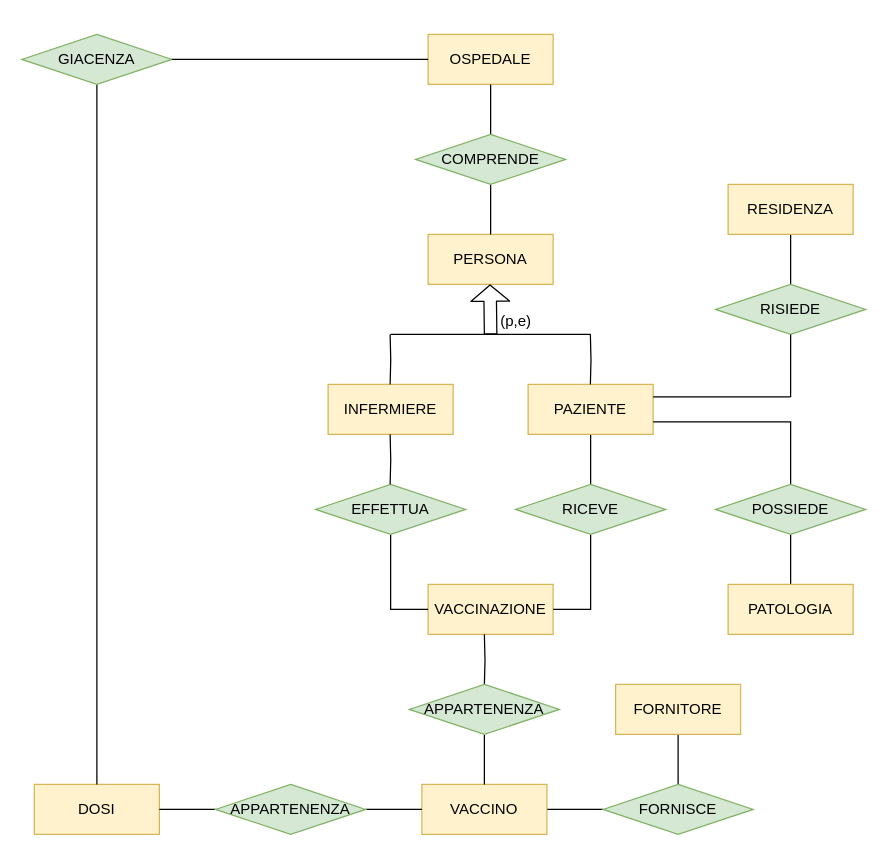
Above: report/Diagrammi E-R/Schema finale.drawio in luigi-borriello00/Vaccinations-Tracker (draw.io), before the change. Source tidied: cells renumbered, new cells numbered last; positions are measured from the earlier drawing's top-left corner, leaving out a move shared by most shapes. Both pictures are drawn from the tidied source at 125%, with x=0, y=0 at pixel (21, 34).
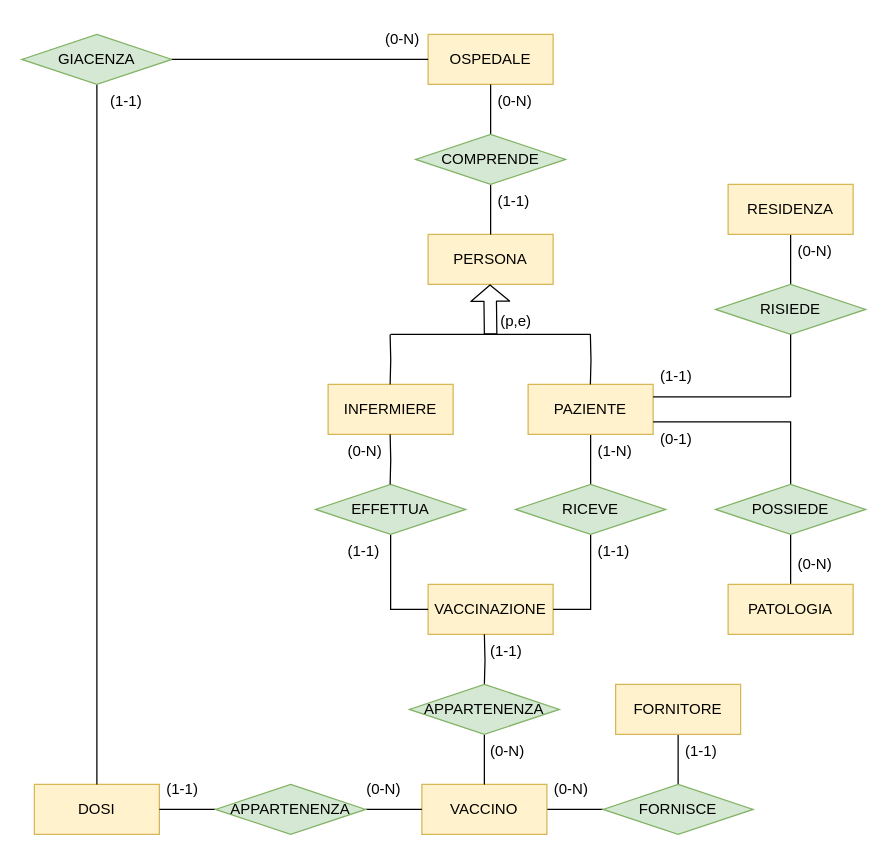
The same diagram, later.

What changed in the source:
```diff
@@
+    <mxCell id="45" value="(0-N)" style="text;strokeColor=none;fillColor=none;spacingLeft=4;spacingRight=4;overflow=hidden;fontSize=12;" parent="1" vertex="1">
+      <mxGeometry x="285" y="-10" width="40" height="30" as="geometry" />
+    </mxCell>
+    <mxCell id="46" value="(1-1)" style="text;strokeColor=none;fillColor=none;spacingLeft=4;spacingRight=4;overflow=hidden;fontSize=12;" parent="1" vertex="1">
+      <mxGeometry x="65" y="40" width="40" height="30" as="geometry" />
+    </mxCell>
+    <mxCell id="47" value="(1-1)" style="text;strokeColor=none;fillColor=none;spacingLeft=4;spacingRight=4;overflow=hidden;fontSize=12;" parent="1" vertex="1">
+      <mxGeometry x="110" y="590" width="40" height="30" as="geometry" />
+    </mxCell>
+    <mxCell id="48" value="(0-N)" style="text;strokeColor=none;fillColor=none;spacingLeft=4;spacingRight=4;overflow=hidden;fontSize=12;" parent="1" vertex="1">
+      <mxGeometry x="270" y="590" width="40" height="30" as="geometry" />
+    </mxCell>
+    <mxCell id="49" value="(0-N)" style="text;strokeColor=none;fillColor=none;spacingLeft=4;spacingRight=4;overflow=hidden;fontSize=12;" parent="1" vertex="1">
+      <mxGeometry x="369" y="560" width="40" height="30" as="geometry" />
+    </mxCell>
+    <mxCell id="50" value="(0-N)" style="text;strokeColor=none;fillColor=none;spacingLeft=4;spacingRight=4;overflow=hidden;fontSize=12;" parent="1" vertex="1">
+      <mxGeometry x="420" y="590" width="40" height="30" as="geometry" />
+    </mxCell>
+    <mxCell id="51" value="(1-1)" style="text;strokeColor=none;fillColor=none;spacingLeft=4;spacingRight=4;overflow=hidden;fontSize=12;" parent="1" vertex="1">
+      <mxGeometry x="369" y="480" width="40" height="30" as="geometry" />
+    </mxCell>
+    <mxCell id="52" value="(1-1)" style="text;strokeColor=none;fillColor=none;spacingLeft=4;spacingRight=4;overflow=hidden;fontSize=12;" parent="1" vertex="1">
+      <mxGeometry x="525" y="560" width="40" height="30" as="geometry" />
+    </mxCell>
+    <mxCell id="53" value="(1-1)" style="text;strokeColor=none;fillColor=none;spacingLeft=4;spacingRight=4;overflow=hidden;fontSize=12;" parent="1" vertex="1">
+      <mxGeometry x="375" y="120" width="40" height="30" as="geometry" />
+    </mxCell>
+    <mxCell id="54" value="(0-N)" style="text;strokeColor=none;fillColor=none;spacingLeft=4;spacingRight=4;overflow=hidden;fontSize=12;" parent="1" vertex="1">
+      <mxGeometry x="375" y="40" width="40" height="30" as="geometry" />
+    </mxCell>
+    <mxCell id="55" value="(0-N)" style="text;strokeColor=none;fillColor=none;spacingLeft=4;spacingRight=4;overflow=hidden;fontSize=12;" parent="1" vertex="1">
+      <mxGeometry x="255" y="320" width="40" height="30" as="geometry" />
+    </mxCell>
+    <mxCell id="56" value="(1-N)" style="text;strokeColor=none;fillColor=none;spacingLeft=4;spacingRight=4;overflow=hidden;fontSize=12;" parent="1" vertex="1">
+      <mxGeometry x="455" y="320" width="40" height="30" as="geometry" />
+    </mxCell>
+    <mxCell id="57" value="(1-1)" style="text;strokeColor=none;fillColor=none;spacingLeft=4;spacingRight=4;overflow=hidden;fontSize=12;" parent="1" vertex="1">
+      <mxGeometry x="255" y="400" width="40" height="30" as="geometry" />
+    </mxCell>
+    <mxCell id="58" value="(1-1)" style="text;strokeColor=none;fillColor=none;spacingLeft=4;spacingRight=4;overflow=hidden;fontSize=12;" parent="1" vertex="1">
+      <mxGeometry x="455" y="400" width="40" height="30" as="geometry" />
+    </mxCell>
+    <mxCell id="59" value="(1-1)" style="text;strokeColor=none;fillColor=none;spacingLeft=4;spacingRight=4;overflow=hidden;fontSize=12;" parent="1" vertex="1">
+      <mxGeometry x="505" y="260" width="40" height="30" as="geometry" />
+    </mxCell>
+    <mxCell id="60" value="(0-N)" style="text;strokeColor=none;fillColor=none;spacingLeft=4;spacingRight=4;overflow=hidden;fontSize=12;" parent="1" vertex="1">
+      <mxGeometry x="615" y="160" width="40" height="30" as="geometry" />
+    </mxCell>
+    <mxCell id="61" value="(0-N)" style="text;strokeColor=none;fillColor=none;spacingLeft=4;spacingRight=4;overflow=hidden;fontSize=12;" parent="1" vertex="1">
+      <mxGeometry x="615" y="410" width="40" height="30" as="geometry" />
+    </mxCell>
+    <mxCell id="62" value="(0-1)" style="text;strokeColor=none;fillColor=none;spacingLeft=4;spacingRight=4;overflow=hidden;fontSize=12;" parent="1" vertex="1">
+      <mxGeometry x="505" y="310" width="40" height="30" as="geometry" />
+    </mxCell>
```
